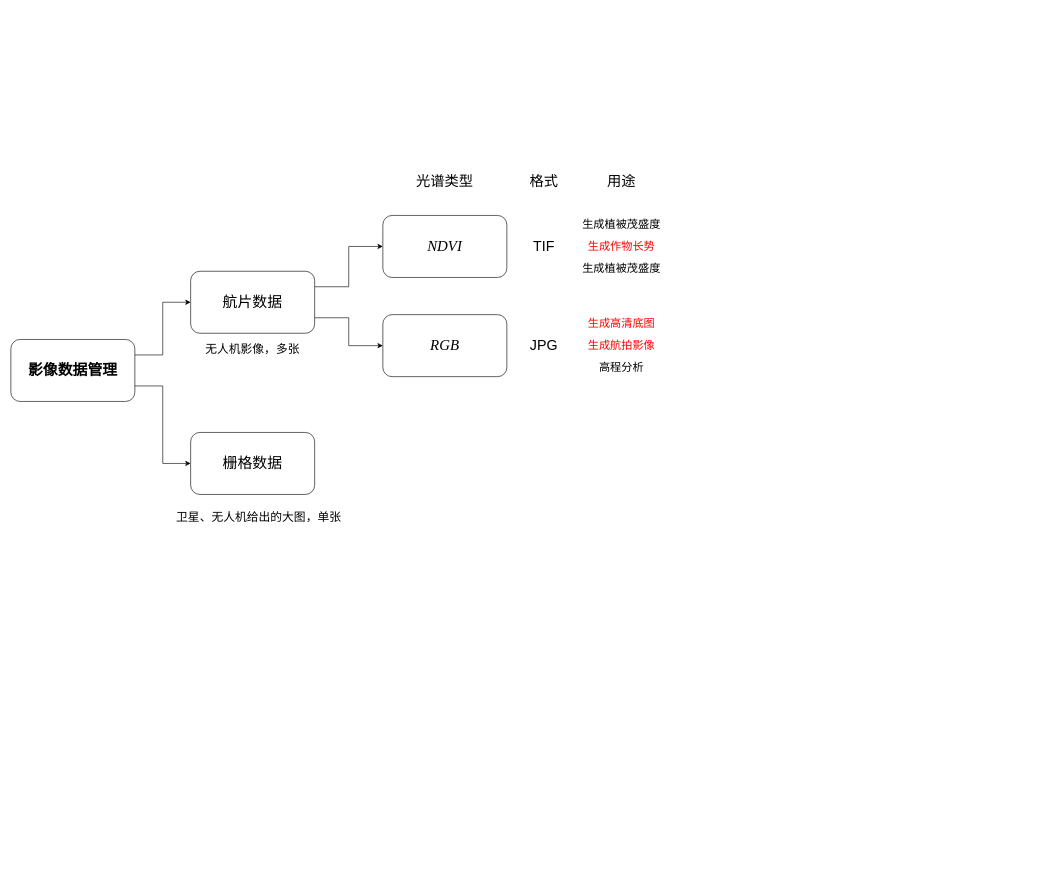
Above: 智农宝_遥感部分的流程分析.drawio in RK-JD/DrawIO (draw.io), before the change. Source tidied: cells renumbered, new cells numbered last; positions are measured from the earlier drawing's top-left corner, leaving out a move shared by most shapes. Both pictures are drawn from the tidied source at 62%, with x=0, y=0 at pixel (11, 172).
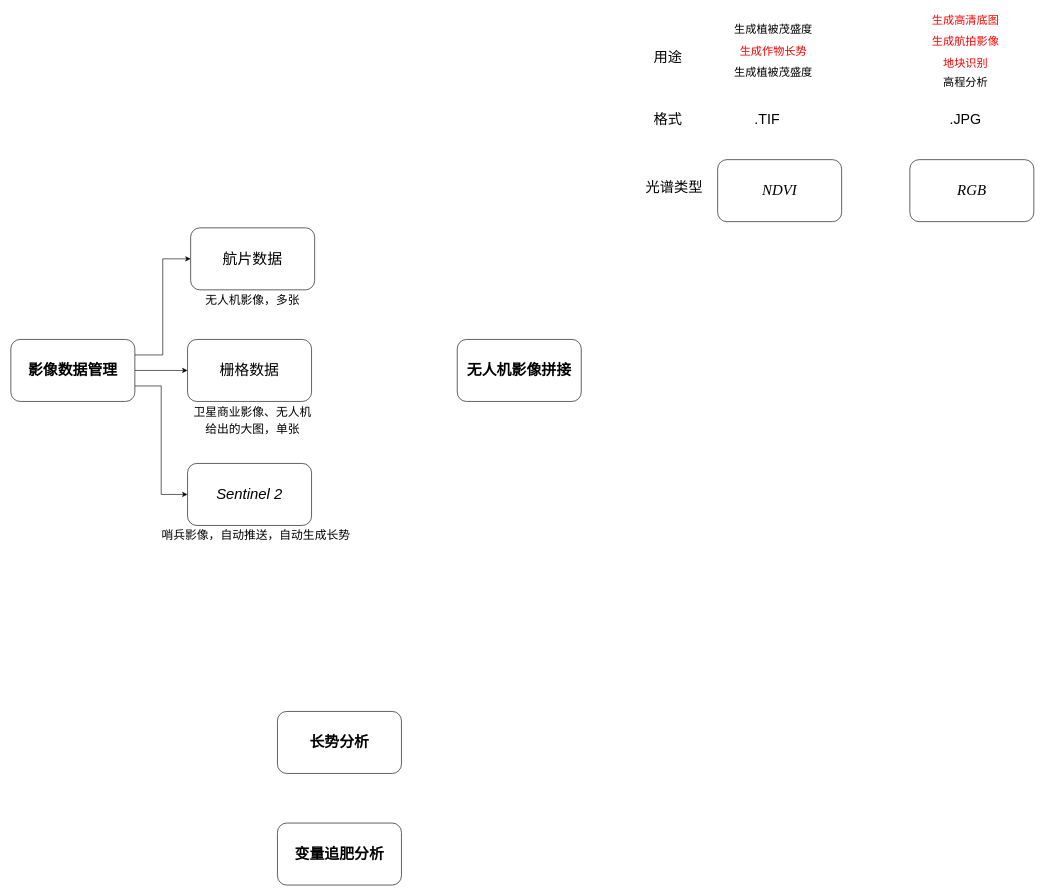
The same page after the edit.

Commit message (it also covers changes not shown here):
更新智农宝_遥感部分的流程分析.drawio

Unchanged cells that the change refers to:
```xml
<mxCell id="4" value="&lt;font style=&quot;font-size: 24px;&quot;&gt;影像数据管理&lt;/font&gt;" style="rounded=1;whiteSpace=wrap;html=1;fontStyle=1;" parent="1" vertex="1">
  <mxGeometry y="270" width="200" height="100" as="geometry" />
</mxCell>
```

Change to the diagram source:
```diff
@@
+    <mxCell id="3" style="edgeStyle=orthogonalEdgeStyle;rounded=0;jettySize=auto;html=1;exitX=1;exitY=0.5;exitDx=0;exitDy=0;entryX=0;entryY=0.5;entryDx=0;entryDy=0;" parent="1" edge="1" source="4" target="19">
+      <mxGeometry relative="1" as="geometry" />
+    </mxCell>
@@
-    <mxCell id="3" style="edgeStyle=orthogonalEdgeStyle;rounded=0;jettySize=auto;html=1;exitX=1;exitY=0.75;exitDx=0;exitDy=0;entryX=0;entryY=0.5;entryDx=0;entryDy=0;" parent="1" edge="1" source="4" target="19">
-      <mxGeometry relative="1" as="geometry" />
-    </mxCell>
+    <mxCell id="24" style="edgeStyle=orthogonalEdgeStyle;rounded=0;jettySize=auto;html=1;exitX=1;exitY=0.75;exitDx=0;exitDy=0;entryX=0;entryY=0.5;entryDx=0;entryDy=0;" parent="1" edge="1" source="4" target="25">
+      <mxGeometry relative="1" as="geometry" />
+    </mxCell>
@@
-    <mxCell id="5" style="edgeStyle=orthogonalEdgeStyle;rounded=0;jettySize=auto;html=1;exitX=1;exitY=0.25;exitDx=0;exitDy=0;entryX=0;entryY=0.5;entryDx=0;entryDy=0;" parent="1" edge="1" source="7" target="8">
-      <mxGeometry relative="1" as="geometry" />
-    </mxCell>
-    <mxCell id="6" style="edgeStyle=orthogonalEdgeStyle;rounded=0;jettySize=auto;html=1;exitX=1;exitY=0.75;exitDx=0;exitDy=0;" parent="1" edge="1" source="7" target="9">
-      <mxGeometry relative="1" as="geometry" />
-    </mxCell>
     <mxCell id="7" value="&lt;font style=&quot;font-size: 24px;&quot;&gt;航片数据&lt;/font&gt;" style="rounded=1;whiteSpace=wrap;html=1;fontStyle=0;" parent="1" vertex="1">
-      <mxGeometry x="290" y="160" width="200" height="100" as="geometry" />
+      <mxGeometry x="290" y="90" width="200" height="100" as="geometry" />
     </mxCell>
     <mxCell id="8" value="&lt;font style=&quot;font-size: 24px;&quot;&gt;NDVI&lt;/font&gt;" style="rounded=1;whiteSpace=wrap;html=1;fontStyle=2;fontFamily=Times New Roman;" parent="1" vertex="1">
-      <mxGeometry x="600" y="70" width="200" height="100" as="geometry" />
+      <mxGeometry x="1140" y="-20" width="200" height="100" as="geometry" />
     </mxCell>
     <mxCell id="9" value="&lt;font style=&quot;font-size: 24px;&quot;&gt;RGB&lt;/font&gt;" style="rounded=1;whiteSpace=wrap;html=1;fontStyle=2;fontFamily=Times New Roman;" parent="1" vertex="1">
-      <mxGeometry x="600" y="230" width="200" height="100" as="geometry" />
+      <mxGeometry x="1450" y="-20" width="200" height="100" as="geometry" />
     </mxCell>
     <mxCell id="10" value="用途" style="text;html=1;align=center;verticalAlign=middle;whiteSpace=wrap;rounded=0;fontSize=23;" parent="1" vertex="1">
-      <mxGeometry x="955" width="60" height="30" as="geometry" />
+      <mxGeometry x="1030" y="-200" width="60" height="30" as="geometry" />
     </mxCell>
     <mxCell id="11" value="生成植被茂盛度" style="text;html=1;align=center;verticalAlign=middle;whiteSpace=wrap;rounded=0;fontSize=18;" parent="1" vertex="1">
-      <mxGeometry x="920" y="70" width="130" height="30" as="geometry" />
+      <mxGeometry x="1165" y="-245" width="130" height="30" as="geometry" />
     </mxCell>
     <mxCell id="12" value="生成作物长势" style="text;html=1;align=center;verticalAlign=middle;whiteSpace=wrap;rounded=0;fontSize=18;fontColor=light-dark(#fe0101, #ededed);" parent="1" vertex="1">
-      <mxGeometry x="920" y="105" width="130" height="30" as="geometry" />
+      <mxGeometry x="1165" y="-210" width="130" height="30" as="geometry" />
     </mxCell>
     <mxCell id="13" value="生成植被茂盛度" style="text;html=1;align=center;verticalAlign=middle;whiteSpace=wrap;rounded=0;fontSize=18;" parent="1" vertex="1">
-      <mxGeometry x="920" y="140" width="130" height="30" as="geometry" />
+      <mxGeometry x="1165" y="-175" width="130" height="30" as="geometry" />
     </mxCell>
     <mxCell id="14" value="生成高清底图" style="text;html=1;align=center;verticalAlign=middle;whiteSpace=wrap;rounded=0;fontSize=18;fontColor=light-dark(#ff0000, #ededed);" parent="1" vertex="1">
-      <mxGeometry x="920" y="230" width="130" height="30" as="geometry" />
+      <mxGeometry x="1475" y="-260" width="130" height="30" as="geometry" />
     </mxCell>
     <mxCell id="15" value="生成航拍影像" style="text;html=1;align=center;verticalAlign=middle;whiteSpace=wrap;rounded=0;fontSize=18;fontColor=light-dark(#fe0101, #ededed);" parent="1" vertex="1">
-      <mxGeometry x="920" y="265" width="130" height="30" as="geometry" />
+      <mxGeometry x="1475" y="-225" width="130" height="30" as="geometry" />
     </mxCell>
     <mxCell id="16" value="高程分析" style="text;html=1;align=center;verticalAlign=middle;whiteSpace=wrap;rounded=0;fontSize=18;" parent="1" vertex="1">
-      <mxGeometry x="920" y="300" width="130" height="30" as="geometry" />
+      <mxGeometry x="1475" y="-160" width="130" height="30" as="geometry" />
     </mxCell>
-    <mxCell id="17" value="TIF" style="text;html=1;align=center;verticalAlign=middle;whiteSpace=wrap;rounded=0;fontSize=23;" parent="1" vertex="1">
-      <mxGeometry x="830" y="105" width="60" height="30" as="geometry" />
+    <mxCell id="17" value=".TIF" style="text;html=1;align=center;verticalAlign=middle;whiteSpace=wrap;rounded=0;fontSize=23;" parent="1" vertex="1">
+      <mxGeometry x="1190" y="-100" width="60" height="30" as="geometry" />
     </mxCell>
-    <mxCell id="18" value="JPG" style="text;html=1;align=center;verticalAlign=middle;whiteSpace=wrap;rounded=0;fontSize=23;" parent="1" vertex="1">
-      <mxGeometry x="830" y="265" width="60" height="30" as="geometry" />
+    <mxCell id="18" value=".JPG" style="text;html=1;align=center;verticalAlign=middle;whiteSpace=wrap;rounded=0;fontSize=23;" parent="1" vertex="1">
+      <mxGeometry x="1510" y="-100" width="60" height="30" as="geometry" />
     </mxCell>
     <mxCell id="19" value="&lt;font style=&quot;font-size: 24px;&quot;&gt;栅格数据&lt;/font&gt;" style="rounded=1;whiteSpace=wrap;html=1;fontStyle=0;" parent="1" vertex="1">
-      <mxGeometry x="290" y="420" width="200" height="100" as="geometry" />
+      <mxGeometry x="285" y="270" width="200" height="100" as="geometry" />
     </mxCell>
     <mxCell id="20" value="光谱类型" style="text;html=1;align=center;verticalAlign=middle;whiteSpace=wrap;rounded=0;fontSize=23;" parent="1" vertex="1">
-      <mxGeometry x="640" width="120" height="30" as="geometry" />
+      <mxGeometry x="1010" y="10" width="120" height="30" as="geometry" />
     </mxCell>
     <mxCell id="21" value="格式" style="text;html=1;align=center;verticalAlign=middle;whiteSpace=wrap;rounded=0;fontSize=23;" parent="1" vertex="1">
-      <mxGeometry x="800" width="120" height="30" as="geometry" />
+      <mxGeometry x="1000" y="-100" width="120" height="30" as="geometry" />
     </mxCell>
     <mxCell id="22" value="&lt;span style=&quot;font-size: 19px;&quot;&gt;无人机影像，多张&lt;/span&gt;" style="text;html=1;align=center;verticalAlign=middle;whiteSpace=wrap;rounded=0;fontSize=23;" parent="1" vertex="1">
-      <mxGeometry x="290" y="270" width="200" height="30" as="geometry" />
+      <mxGeometry x="290" y="190" width="200" height="30" as="geometry" />
     </mxCell>
-    <mxCell id="23" value="&lt;span style=&quot;font-size: 19px;&quot;&gt;卫星、无人机给出的大图，单张&lt;/span&gt;" style="text;html=1;align=center;verticalAlign=middle;whiteSpace=wrap;rounded=0;fontSize=23;" parent="1" vertex="1">
-      <mxGeometry x="260" y="540" width="280" height="30" as="geometry" />
+    <mxCell id="23" value="&lt;span style=&quot;font-size: 19px;&quot;&gt;卫星商业影像、无人机&lt;/span&gt;&lt;div&gt;&lt;span style=&quot;font-size: 19px;&quot;&gt;给出的大图，单张&lt;/span&gt;&lt;/div&gt;" style="text;html=1;align=center;verticalAlign=middle;whiteSpace=wrap;rounded=0;fontSize=23;" parent="1" vertex="1">
+      <mxGeometry x="250" y="385" width="280" height="30" as="geometry" />
     </mxCell>
+    <mxCell id="25" value="&lt;font style=&quot;font-size: 24px;&quot;&gt;Sentinel 2&lt;/font&gt;" style="rounded=1;whiteSpace=wrap;html=1;fontStyle=2;" parent="1" vertex="1">
+      <mxGeometry x="285" y="470" width="200" height="100" as="geometry" />
+    </mxCell>
+    <mxCell id="26" value="&lt;span style=&quot;font-size: 19px;&quot;&gt;哨兵影像，自动推送，自动生成长势&lt;/span&gt;" style="text;html=1;align=center;verticalAlign=middle;whiteSpace=wrap;rounded=0;fontSize=23;" parent="1" vertex="1">
+      <mxGeometry x="232.5" y="570" width="325" height="30" as="geometry" />
+    </mxCell>
+    <mxCell id="27" value="地块识别" style="text;html=1;align=center;verticalAlign=middle;whiteSpace=wrap;rounded=0;fontSize=18;fontColor=light-dark(#fe0101, #ededed);" parent="1" vertex="1">
+      <mxGeometry x="1475" y="-190" width="130" height="30" as="geometry" />
+    </mxCell>
+    <mxCell id="28" value="&lt;font style=&quot;font-size: 24px;&quot;&gt;无人机影像拼接&lt;/font&gt;" style="rounded=1;whiteSpace=wrap;html=1;fontStyle=1;" parent="1" vertex="1">
+      <mxGeometry x="720" y="270" width="200" height="100" as="geometry" />
+    </mxCell>
+    <mxCell id="29" value="&lt;font style=&quot;font-size: 24px;&quot;&gt;长势分析&lt;/font&gt;" style="rounded=1;whiteSpace=wrap;html=1;fontStyle=1;" parent="1" vertex="1">
+      <mxGeometry x="430" y="870" width="200" height="100" as="geometry" />
+    </mxCell>
+    <mxCell id="30" value="&lt;font style=&quot;font-size: 24px;&quot;&gt;变量追肥分析&lt;/font&gt;" style="rounded=1;whiteSpace=wrap;html=1;fontStyle=1;" parent="1" vertex="1">
+      <mxGeometry x="430" y="1050" width="200" height="100" as="geometry" />
+    </mxCell>
```
